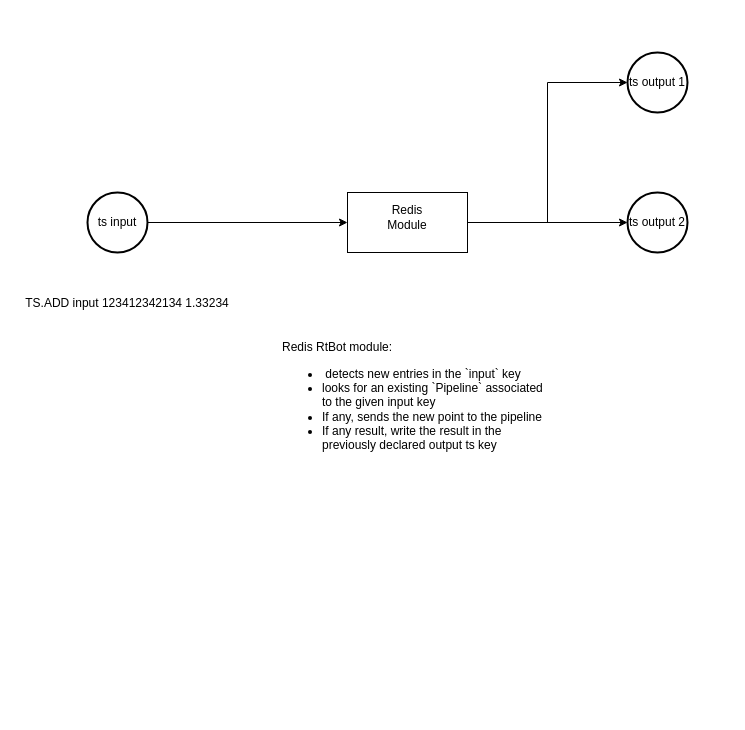
This is docs/drawio/Untitled Diagram.drawio from rtbot-dev/rtbot, a draw.io file, before an edit. Source tidied: cells renumbered, new cells numbered last; positions are measured from the earlier drawing's top-left corner, leaving out a move shared by most shapes. Both pictures are drawn from the tidied source at 100%, with x=0, y=0 at pixel (17, 52).
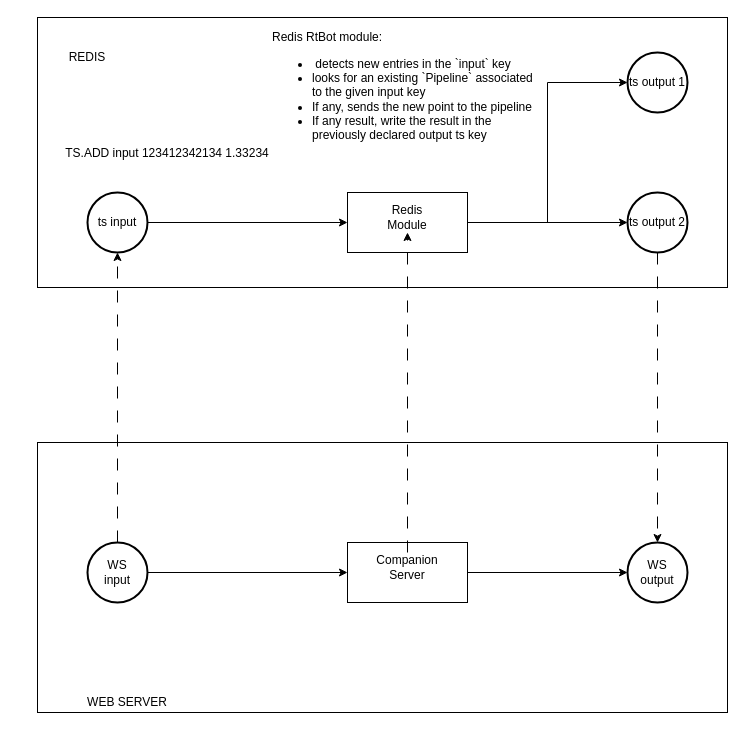
The same diagram, later.

Commit message:
docs(redis): update redis flow diagram.drawio

Unchanged cells that the change refers to:
```xml
<mxCell id="5" value="&lt;div&gt;Redis&lt;/div&gt;&lt;div&gt;Module&lt;br&gt;&lt;/div&gt;" style="text;html=1;strokeColor=none;fillColor=none;align=center;verticalAlign=middle;whiteSpace=wrap;rounded=0;" parent="1" vertex="1">
  <mxGeometry x="360" y="150" width="60" height="30" as="geometry" />
</mxCell>
<mxCell id="7" value="ts input" style="strokeWidth=2;html=1;shape=mxgraph.flowchart.start_2;whiteSpace=wrap;" parent="1" vertex="1">
  <mxGeometry x="70" y="140" width="60" height="60" as="geometry" />
</mxCell>
<mxCell id="8" value="&lt;div&gt;ts output 2&lt;/div&gt;" style="strokeWidth=2;html=1;shape=mxgraph.flowchart.start_2;whiteSpace=wrap;" parent="1" vertex="1">
  <mxGeometry x="610" y="140" width="60" height="60" as="geometry" />
</mxCell>
```

Diff of the diagram source:
```diff
@@
+    <mxCell id="12" style="rounded=0;whiteSpace=wrap;html=1;" parent="1" vertex="1">
+      <mxGeometry x="20" y="-35" width="690" height="270" as="geometry" />
+    </mxCell>
+    <mxCell id="13" style="rounded=0;whiteSpace=wrap;html=1;" parent="1" vertex="1">
+      <mxGeometry x="20" y="390" width="690" height="270" as="geometry" />
+    </mxCell>
@@
+    <mxCell id="14" style="edgeStyle=orthogonalEdgeStyle;rounded=0;jettySize=auto;html=1;entryX=0.5;entryY=0;entryDx=0;entryDy=0;entryPerimeter=0;dashed=1;dashPattern=12 12;" parent="1" edge="1" source="8" target="22">
+      <mxGeometry relative="1" as="geometry" />
+    </mxCell>
@@
     <mxCell id="9" value="TS.ADD input 123412342134 1.33234" style="text;html=1;strokeColor=none;fillColor=none;align=center;verticalAlign=middle;whiteSpace=wrap;rounded=0;" parent="1" vertex="1">
-      <mxGeometry y="250" width="220" as="geometry" />
+      <mxGeometry x="40" y="100" width="220" as="geometry" />
     </mxCell>
     <mxCell id="10" value="&lt;div align=&quot;left&quot;&gt;Redis RtBot module:&lt;/div&gt;&lt;div align=&quot;left&quot;&gt;&lt;ul&gt;&lt;li&gt;&amp;nbsp;detects new entries in the `input` key&lt;/li&gt;&lt;li&gt;looks for an existing `Pipeline` associated to the given input key&lt;/li&gt;&lt;li&gt;If any, sends the new point to the pipeline&lt;/li&gt;&lt;li&gt;If any result, write the result in the previously declared output ts key&lt;br&gt;&lt;/li&gt;&lt;/ul&gt;&lt;/div&gt;" style="text;html=1;strokeColor=none;fillColor=none;align=left;verticalAlign=middle;whiteSpace=wrap;rounded=0;" parent="1" vertex="1">
-      <mxGeometry x="263" y="290" width="265" height="120" as="geometry" />
+      <mxGeometry x="252.5" y="-20" width="265" height="120" as="geometry" />
     </mxCell>
@@
+    <mxCell id="15" style="edgeStyle=orthogonalEdgeStyle;rounded=0;jettySize=auto;html=1;" parent="1" edge="1" source="16" target="22">
+      <mxGeometry relative="1" as="geometry" />
+    </mxCell>
+    <mxCell id="16" style="rounded=0;whiteSpace=wrap;html=1;" parent="1" vertex="1">
+      <mxGeometry x="330" y="490" width="120" height="60" as="geometry" />
+    </mxCell>
+    <mxCell id="17" style="edgeStyle=orthogonalEdgeStyle;rounded=0;jettySize=auto;html=1;dashed=1;dashPattern=12 12;" parent="1" edge="1" source="18" target="5">
+      <mxGeometry relative="1" as="geometry" />
+    </mxCell>
+    <mxCell id="18" value="&lt;div&gt;Companion&lt;/div&gt;&lt;div&gt;Server&lt;br&gt;&lt;/div&gt;" style="text;html=1;strokeColor=none;fillColor=none;align=center;verticalAlign=middle;whiteSpace=wrap;rounded=0;" parent="1" vertex="1">
+      <mxGeometry x="360" y="500" width="60" height="30" as="geometry" />
+    </mxCell>
+    <mxCell id="19" style="edgeStyle=orthogonalEdgeStyle;rounded=0;jettySize=auto;html=1;" parent="1" edge="1" source="21" target="16">
+      <mxGeometry relative="1" as="geometry" />
+    </mxCell>
+    <mxCell id="20" style="edgeStyle=orthogonalEdgeStyle;rounded=0;jettySize=auto;html=1;dashed=1;dashPattern=12 12;" parent="1" edge="1" source="21" target="7">
+      <mxGeometry relative="1" as="geometry" />
+    </mxCell>
+    <mxCell id="21" value="&lt;div&gt;WS&lt;/div&gt;&lt;div&gt;input&lt;br&gt;&lt;/div&gt;" style="strokeWidth=2;html=1;shape=mxgraph.flowchart.start_2;whiteSpace=wrap;" parent="1" vertex="1">
+      <mxGeometry x="70" y="490" width="60" height="60" as="geometry" />
+    </mxCell>
+    <mxCell id="22" value="&lt;div&gt;WS&lt;/div&gt;&lt;div&gt;output&lt;br&gt;&lt;/div&gt;" style="strokeWidth=2;html=1;shape=mxgraph.flowchart.start_2;whiteSpace=wrap;" parent="1" vertex="1">
+      <mxGeometry x="610" y="490" width="60" height="60" as="geometry" />
+    </mxCell>
+    <mxCell id="23" value="REDIS" style="text;html=1;strokeColor=none;fillColor=none;align=center;verticalAlign=middle;whiteSpace=wrap;rounded=0;" parent="1" vertex="1">
+      <mxGeometry x="40" y="-10" width="60" height="30" as="geometry" />
+    </mxCell>
+    <mxCell id="24" value="WEB SERVER" style="text;html=1;strokeColor=none;fillColor=none;align=center;verticalAlign=middle;whiteSpace=wrap;rounded=0;" parent="1" vertex="1">
+      <mxGeometry x="60" y="640" width="100" height="20" as="geometry" />
+    </mxCell>
```
